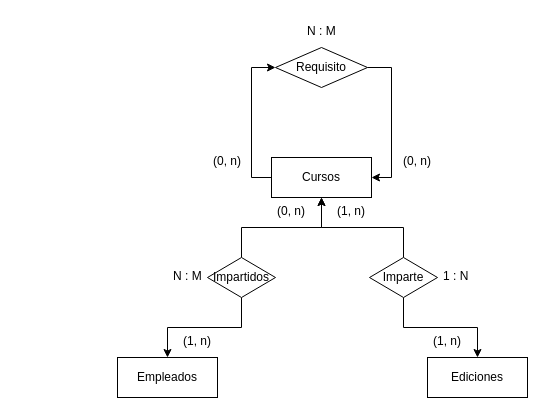
Above: Ejercicio_Cinco.drawio in Lioteronn/erp-diagrams (draw.io), before the change. Source tidied: cells renumbered, new cells numbered last; positions are measured from the earlier drawing's top-left corner, leaving out a move shared by most shapes. Both pictures are drawn from the tidied source at 100%, with x=0, y=0 at pixel (117, 17).
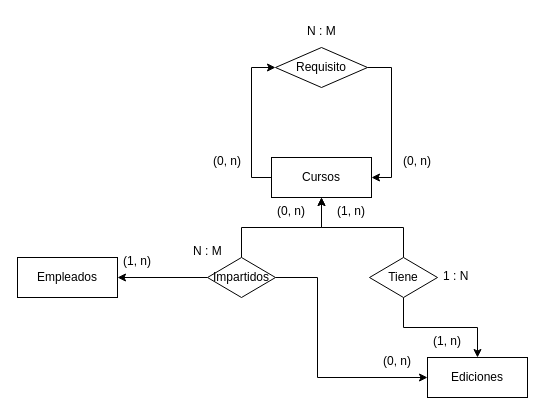
After the change.

Unchanged cells that the change refers to:
```xml
<mxCell id="4" value="Ediciones" style="whiteSpace=wrap;html=1;align=center;" parent="1" vertex="1">
  <mxGeometry x="310" y="340" width="100" height="40" as="geometry" />
</mxCell>
<mxCell id="19" value="Impartidos" style="shape=rhombus;perimeter=rhombusPerimeter;whiteSpace=wrap;html=1;align=center;" parent="1" vertex="1">
  <mxGeometry x="90" y="240" width="68" height="40" as="geometry" />
</mxCell>
```

The edit, as a diff of the source:
```diff
@@
     <mxCell id="5" value="Empleados" style="whiteSpace=wrap;html=1;align=center;" parent="1" vertex="1">
-      <mxGeometry y="340" width="100" height="40" as="geometry" />
+      <mxGeometry x="-100" y="240" width="100" height="40" as="geometry" />
     </mxCell>
@@
-    <mxCell id="13" value="Imparte" style="shape=rhombus;perimeter=rhombusPerimeter;whiteSpace=wrap;html=1;align=center;" parent="1" vertex="1">
+    <mxCell id="13" value="Tiene" style="shape=rhombus;perimeter=rhombusPerimeter;whiteSpace=wrap;html=1;align=center;" parent="1" vertex="1">
       <mxGeometry x="252" y="240" width="68" height="40" as="geometry" />
     </mxCell>
@@
+    <mxCell id="23" style="edgeStyle=orthogonalEdgeStyle;rounded=0;jettySize=auto;html=1;entryX=0;entryY=0.5;entryDx=0;entryDy=0;" parent="1" edge="1" source="19" target="4">
+      <mxGeometry relative="1" as="geometry">
+        <Array as="points">
+          <mxPoint x="200" y="260" />
+          <mxPoint x="200" y="360" />
+        </Array>
+      </mxGeometry>
+    </mxCell>
-    <mxCell id="18" style="edgeStyle=orthogonalEdgeStyle;rounded=0;jettySize=auto;html=1;entryX=0.5;entryY=0;entryDx=0;entryDy=0;" parent="1" edge="1" source="19" target="5">
+    <mxCell id="18" style="edgeStyle=orthogonalEdgeStyle;rounded=0;jettySize=auto;html=1;" parent="1" edge="1" source="19" target="5">
       <mxGeometry relative="1" as="geometry" />
     </mxCell>
@@
     <mxCell id="21" value="(1, n)" style="text;strokeColor=none;fillColor=none;spacingLeft=4;spacingRight=4;overflow=hidden;fontSize=12;whiteSpace=wrap;html=1;" parent="1" vertex="1">
-      <mxGeometry x="60" y="310" width="40" height="30" as="geometry" />
+      <mxGeometry y="230" width="40" height="30" as="geometry" />
     </mxCell>
     <mxCell id="22" value="N : M" style="text;strokeColor=none;fillColor=none;spacingLeft=4;spacingRight=4;overflow=hidden;fontSize=12;whiteSpace=wrap;html=1;" parent="1" vertex="1">
-      <mxGeometry x="50" y="245" width="40" height="30" as="geometry" />
+      <mxGeometry x="70" y="220" width="40" height="30" as="geometry" />
     </mxCell>
+    <mxCell id="24" value="(0, n)" style="text;strokeColor=none;fillColor=none;spacingLeft=4;spacingRight=4;overflow=hidden;fontSize=12;whiteSpace=wrap;html=1;" parent="1" vertex="1">
+      <mxGeometry x="260" y="330" width="40" height="30" as="geometry" />
+    </mxCell>
```
